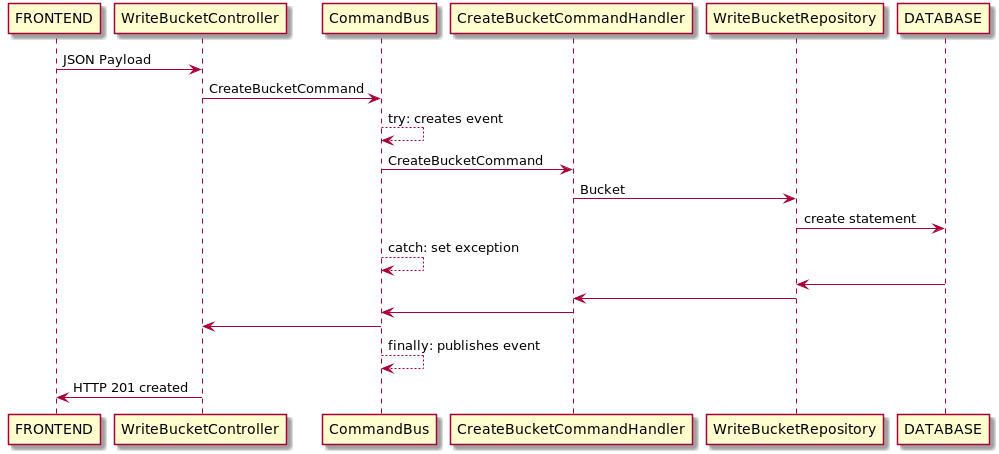
Before: 01_write_create_bucket_seq.png, a diagram exported from PlantUML (mariorez/kanban-board). Source of this version:
```plantuml
@startuml
FRONTEND -> WriteBucketController: JSON Payload
WriteBucketController -> CommandBus: CreateBucketCommand
CommandBus --> CommandBus: try: creates event
CommandBus -> CreateBucketCommandHandler: CreateBucketCommand
CreateBucketCommandHandler -> WriteBucketRepository: Bucket
WriteBucketRepository -> DATABASE: create statement
CommandBus --> CommandBus: catch: set exception
DATABASE -> WriteBucketRepository
WriteBucketRepository -> CreateBucketCommandHandler
CreateBucketCommandHandler -> CommandBus
CommandBus -> WriteBucketController
CommandBus --> CommandBus: finally: publishes event
WriteBucketController -> FRONTEND: HTTP 201 created
@enduml
```
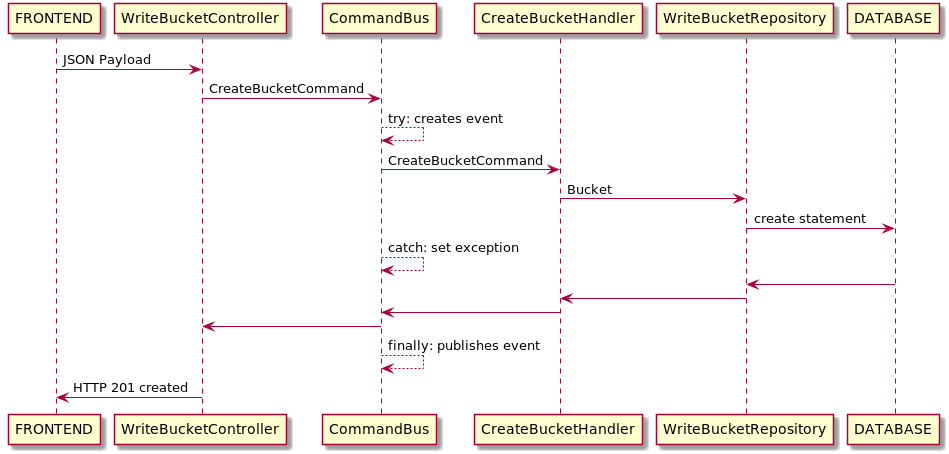
After the commit.

Change to the diagram source:
```diff
@@ -2,13 +2,13 @@
 FRONTEND -> WriteBucketController: JSON Payload
 WriteBucketController -> CommandBus: CreateBucketCommand
 CommandBus --> CommandBus: try: creates event
-CommandBus -> CreateBucketCommandHandler: CreateBucketCommand
-CreateBucketCommandHandler -> WriteBucketRepository: Bucket
+CommandBus -> CreateBucketHandler: CreateBucketCommand
+CreateBucketHandler -> WriteBucketRepository: Bucket
 WriteBucketRepository -> DATABASE: create statement
 CommandBus --> CommandBus: catch: set exception
 DATABASE -> WriteBucketRepository
-WriteBucketRepository -> CreateBucketCommandHandler
-CreateBucketCommandHandler -> CommandBus
+WriteBucketRepository -> CreateBucketHandler
+CreateBucketHandler -> CommandBus
 CommandBus -> WriteBucketController
 CommandBus --> CommandBus: finally: publishes event
 WriteBucketController -> FRONTEND: HTTP 201 created
```
